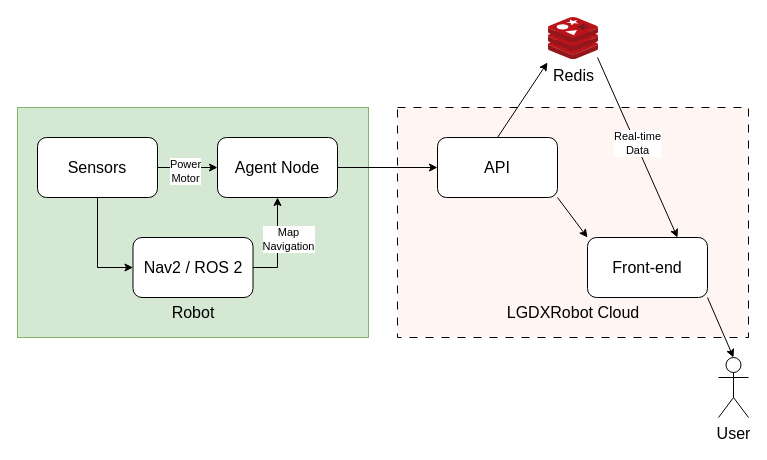
yukaitung/lgdxrobot-docs keeps this draw.io diagram as content/cloud/design/img/how-it-works/info-to-user.drawio. Above is the earlier version. Source tidied: cells renumbered, new cells numbered last; positions are measured from the earlier drawing's top-left corner, leaving out a move shared by most shapes. Both pictures are drawn from the tidied source at 100%, with x=0, y=0 at pixel (17, 17).
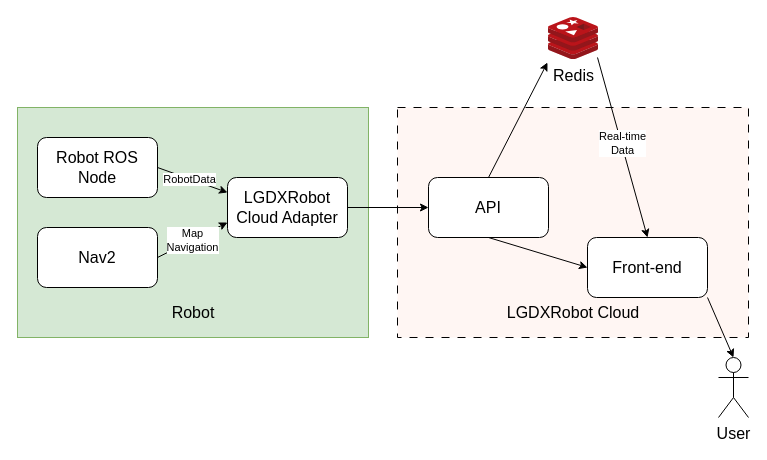
Above is the later version.

Unchanged cells that the change refers to:
```xml
<mxCell id="2" style="group;" parent="1" vertex="1">
  <mxGeometry x="380" y="90" width="351" height="230" as="geometry" />
</mxCell>
<mxCell id="5" value="&lt;font face=&quot;Rubik&quot; style=&quot;font-size: 16px;&quot;&gt;Front-end&lt;/font&gt;" style="rounded=1;whiteSpace=wrap;html=1;" parent="2" vertex="1">
  <mxGeometry x="190" y="130" width="120" height="60" as="geometry" />
</mxCell>
<mxCell id="9" value="&lt;font face=&quot;Rubik&quot; style=&quot;font-size: 16px;&quot;&gt;Redis&lt;/font&gt;" style="image;sketch=0;html=1;points=[];align=center;fontSize=12;image=img/lib/mscae/Cache_Redis_Product.svg;" parent="1" vertex="1">
  <mxGeometry x="531" width="50" height="42" as="geometry" />
</mxCell>
<mxCell id="10" style="group;fillColor=#d5e8d4;strokeColor=#82b366;" parent="1" vertex="1">
  <mxGeometry y="90" width="351" height="230" as="geometry" />
</mxCell>
```

What changed in the source:
```diff
@@
-    <mxCell id="6" style="rounded=0;jettySize=auto;html=1;exitX=1;exitY=1;exitDx=0;exitDy=0;entryX=0;entryY=0;entryDx=0;entryDy=0;" parent="2" edge="1" source="7" target="5">
+    <mxCell id="6" style="rounded=0;jettySize=auto;html=1;exitX=0.5;exitY=1;exitDx=0;exitDy=0;entryX=0;entryY=0.5;entryDx=0;entryDy=0;" parent="2" edge="1" source="7" target="5">
       <mxGeometry relative="1" as="geometry" />
     </mxCell>
     <mxCell id="7" value="&lt;font face=&quot;Rubik&quot; style=&quot;font-size: 16px;&quot;&gt;API&lt;/font&gt;" style="rounded=1;whiteSpace=wrap;html=1;" parent="2" vertex="1">
-      <mxGeometry x="40" y="30" width="120" height="60" as="geometry" />
+      <mxGeometry x="31" y="70" width="120" height="60" as="geometry" />
     </mxCell>
@@
-    <mxCell id="12" value="&lt;font face=&quot;Rubik&quot; style=&quot;font-size: 16px;&quot;&gt;Agent Node&lt;/font&gt;" style="rounded=1;whiteSpace=wrap;html=1;" parent="10" vertex="1">
-      <mxGeometry x="200" y="30" width="120" height="60" as="geometry" />
+    <mxCell id="12" value="&lt;font face=&quot;Rubik&quot;&gt;&lt;span style=&quot;font-size: 16px;&quot;&gt;LGDXRobot Cloud Adapter&lt;/span&gt;&lt;/font&gt;" style="rounded=1;whiteSpace=wrap;html=1;" parent="10" vertex="1">
+      <mxGeometry x="210" y="70" width="120" height="60" as="geometry" />
     </mxCell>
-    <mxCell id="13" style="edgeStyle=orthogonalEdgeStyle;rounded=0;jettySize=auto;html=1;exitX=0.5;exitY=1;exitDx=0;exitDy=0;entryX=0;entryY=0.5;entryDx=0;entryDy=0;" parent="10" edge="1" source="16" target="19">
-      <mxGeometry relative="1" as="geometry" />
-    </mxCell>
-    <mxCell id="14" style="edgeStyle=orthogonalEdgeStyle;rounded=0;jettySize=auto;html=1;exitX=1;exitY=0.5;exitDx=0;exitDy=0;entryX=0;entryY=0.5;entryDx=0;entryDy=0;" parent="10" edge="1" source="16" target="12">
+    <mxCell id="14" style="rounded=0;jettySize=auto;html=1;exitX=1;exitY=0.5;exitDx=0;exitDy=0;entryX=0;entryY=0.25;entryDx=0;entryDy=0;" parent="10" edge="1" source="16" target="12">
       <mxGeometry relative="1" as="geometry" />
     </mxCell>
-    <mxCell id="15" value="&lt;font face=&quot;Rubik&quot;&gt;Power&lt;/font&gt;&lt;div&gt;&lt;font face=&quot;Rubik&quot;&gt;Motor&lt;/font&gt;&lt;/div&gt;" style="edgeLabel;html=1;align=center;verticalAlign=middle;" parent="14" vertex="1">
-      <mxGeometry x="-0.1" y="-3" relative="1" as="geometry" />
-    </mxCell>
+    <mxCell id="25" value="RobotData" style="edgeLabel;html=1;align=center;verticalAlign=middle;" parent="14" vertex="1">
+      <mxGeometry x="-0.11" relative="1" as="geometry" />
+    </mxCell>
-    <mxCell id="16" value="&lt;font face=&quot;Rubik&quot; style=&quot;font-size: 16px;&quot;&gt;Sensors&lt;/font&gt;" style="rounded=1;whiteSpace=wrap;html=1;" parent="10" vertex="1">
+    <mxCell id="16" value="&lt;font face=&quot;Rubik&quot; style=&quot;font-size: 16px;&quot;&gt;Robot ROS Node&lt;/font&gt;" style="rounded=1;whiteSpace=wrap;html=1;" parent="10" vertex="1">
       <mxGeometry x="20" y="30" width="120" height="60" as="geometry" />
     </mxCell>
-    <mxCell id="17" style="edgeStyle=orthogonalEdgeStyle;rounded=0;jettySize=auto;html=1;exitX=1;exitY=0.5;exitDx=0;exitDy=0;entryX=0.5;entryY=1;entryDx=0;entryDy=0;" parent="10" edge="1" source="19" target="12">
-      <mxGeometry relative="1" as="geometry" />
-    </mxCell>
-    <mxCell id="18" value="&lt;font face=&quot;Rubik&quot;&gt;Map&lt;/font&gt;&lt;div&gt;&lt;font face=&quot;Rubik&quot;&gt;Navigation&lt;/font&gt;&lt;/div&gt;" style="edgeLabel;html=1;align=center;verticalAlign=middle;" parent="17" vertex="1">
-      <mxGeometry x="0.13" y="-2" relative="1" as="geometry">
-        <mxPoint x="8" as="offset" />
-      </mxGeometry>
+    <mxCell id="18" value="Map&lt;div&gt;Navigation&lt;/div&gt;" style="rounded=0;jettySize=auto;html=1;exitX=1;exitY=0.5;exitDx=0;exitDy=0;entryX=0;entryY=0.75;entryDx=0;entryDy=0;" parent="10" edge="1" source="19" target="12">
+      <mxGeometry relative="1" as="geometry" />
     </mxCell>
-    <mxCell id="19" value="&lt;font face=&quot;Rubik&quot; style=&quot;font-size: 16px;&quot;&gt;Nav2 / ROS 2&lt;/font&gt;" style="rounded=1;whiteSpace=wrap;html=1;" parent="10" vertex="1">
-      <mxGeometry x="115.5" y="130" width="120" height="60" as="geometry" />
+    <mxCell id="19" value="&lt;font face=&quot;Rubik&quot; style=&quot;font-size: 16px;&quot;&gt;Nav2&lt;/font&gt;" style="rounded=1;whiteSpace=wrap;html=1;" parent="10" vertex="1">
+      <mxGeometry x="20" y="120" width="120" height="60" as="geometry" />
     </mxCell>
@@
-    <mxCell id="22" style="rounded=0;jettySize=auto;html=1;exitX=0.75;exitY=0;exitDx=0;exitDy=0;entryX=0.98;entryY=0.952;entryDx=0;entryDy=0;entryPerimeter=0;startArrow=classic;startFill=1;endArrow=none;endFill=0;" parent="1" edge="1" source="5" target="9">
+    <mxCell id="22" style="rounded=0;jettySize=auto;html=1;exitX=0.5;exitY=0;exitDx=0;exitDy=0;entryX=0.98;entryY=0.952;entryDx=0;entryDy=0;entryPerimeter=0;startArrow=classic;startFill=1;endArrow=none;endFill=0;" parent="1" edge="1" source="5" target="9">
       <mxGeometry relative="1" as="geometry" />
     </mxCell>
```
